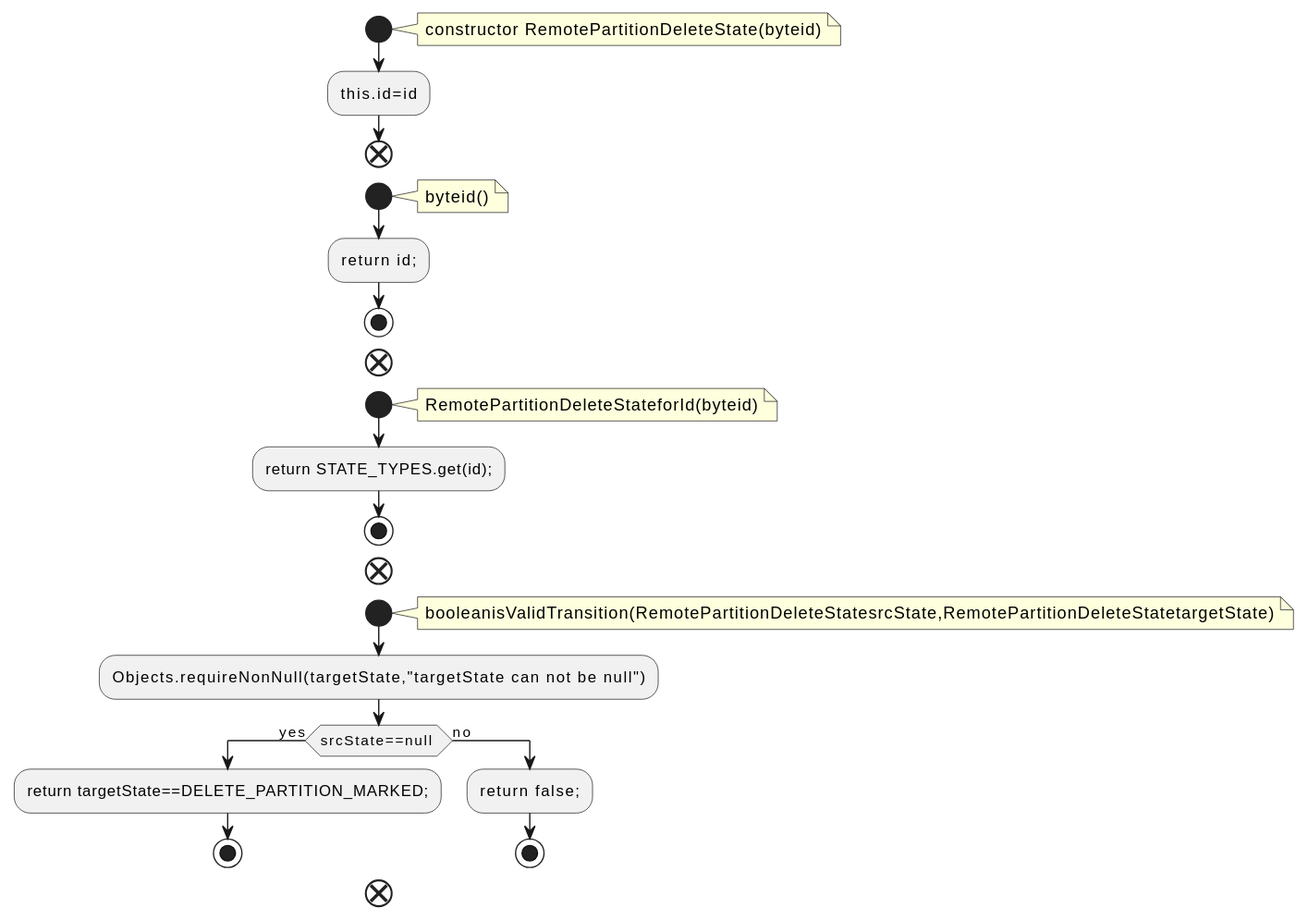
Before: docs/qc/storage/api/src/main/java/org/apache/kafka/server/log/remote/storage/RemotePartitionDeleteState.java.fct.svg, a diagram exported from PlantUML (qualitesys/kafka). Source of this version:
```plantuml
@startuml
!pragma layout smetana
start
note right
constructor RemotePartitionDeleteState(byteid)
end note
:this.id=id;
end
start
note right
byteid()
end note
:return id;;
stop
end
start
note right
RemotePartitionDeleteStateforId(byteid)
end note
:return STATE_TYPES.get(id);;
stop
end
start
note right
booleanisValidTransition(RemotePartitionDeleteStatesrcState,RemotePartitionDeleteStatetargetState)
end note
:Objects.requireNonNull(targetState,"targetState can not be null");
if (srcState==null ) then (yes)
:return targetState==DELETE_PARTITION_MARKED;;
stop
else (no)
:return false;;
stop
endif
end
@enduml
```
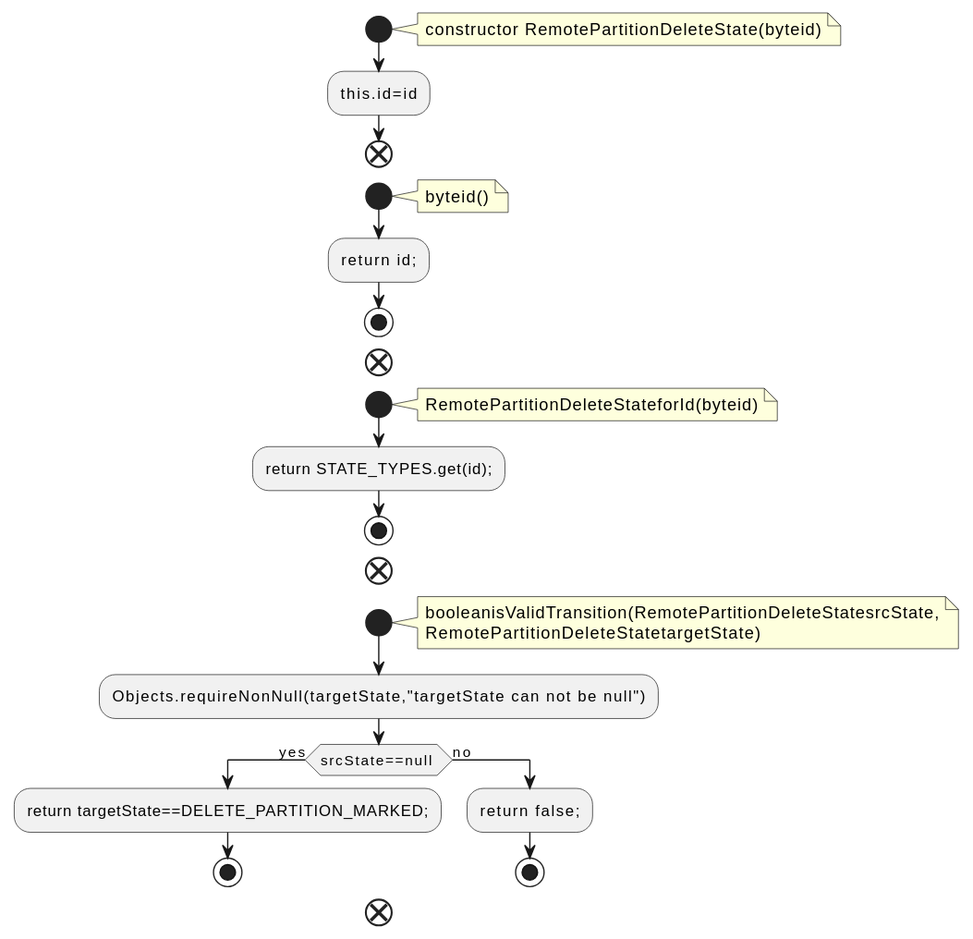
After the commit.

Change to the diagram source:
```diff
@@ -22,7 +22,8 @@
 end
 start
 note right
-booleanisValidTransition(RemotePartitionDeleteStatesrcState,RemotePartitionDeleteStatetargetState)
+booleanisValidTransition(RemotePartitionDeleteStatesrcState,
+RemotePartitionDeleteStatetargetState)
 end note
 :Objects.requireNonNull(targetState,"targetState can not be null");
 if (srcState==null ) then (yes)
```
